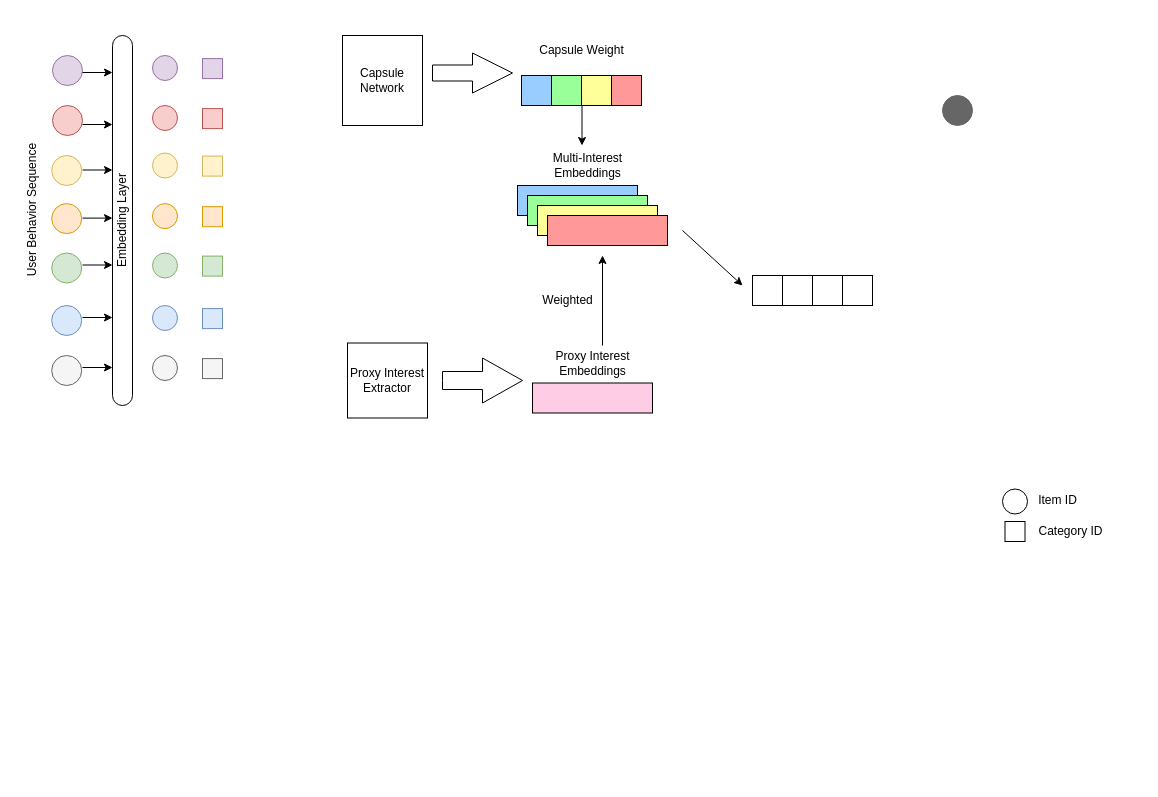
Alex-Wang3/draw.io-file keeps this draw.io diagram as 模型结构图.drawio. Above is the earlier version. Source tidied: cells renumbered, new cells numbered last; positions are measured from the earlier drawing's top-left corner, leaving out a move shared by most shapes. Both pictures are drawn from the tidied source at 100%, with x=0, y=0 at pixel (-63, 30).
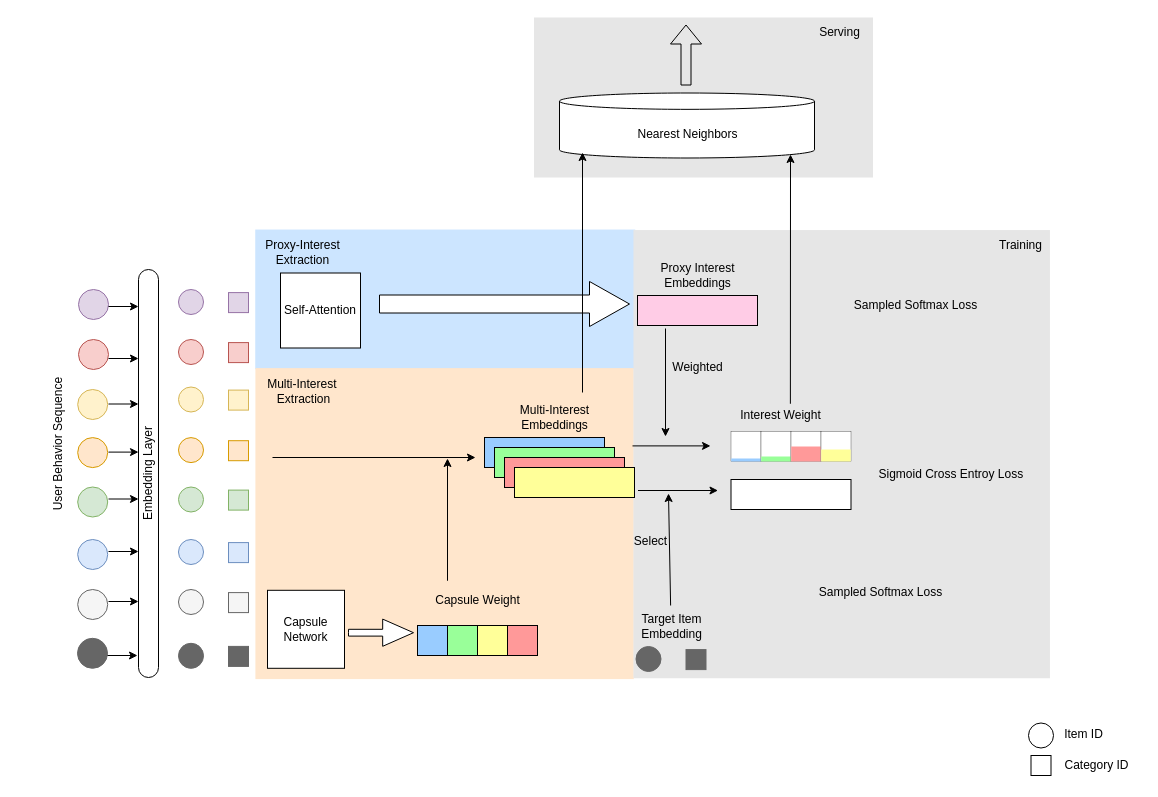
The same diagram, later.

Commit message:
更新模型结构图.drawio

Diff of the diagram source:
```diff
@@
+    <mxCell id="69" style="rounded=0;whiteSpace=wrap;html=1;rotation=90;fillColor=#CCE5FF;strokeColor=none;" parent="1" vertex="1">
+      <mxGeometry x="437.9" y="78.9" width="139.7" height="380" as="geometry" />
+    </mxCell>
+    <mxCell id="70" style="rounded=0;whiteSpace=wrap;html=1;rotation=90;fillColor=#FFE6CC;strokeColor=none;" parent="1" vertex="1">
+      <mxGeometry x="351.6" y="303.9" width="311" height="378.4" as="geometry" />
+    </mxCell>
+    <mxCell id="71" style="rounded=0;whiteSpace=wrap;html=1;rotation=90;fillColor=#E6E6E6;strokeColor=none;" parent="1" vertex="1">
+      <mxGeometry x="686" y="-102.5" width="160" height="339" as="geometry" />
+    </mxCell>
+    <mxCell id="72" style="rounded=0;whiteSpace=wrap;html=1;rotation=90;fillColor=#E6E6E6;strokeColor=none;" parent="1" vertex="1">
+      <mxGeometry x="680.1" y="215.4" width="448.2" height="416.5" as="geometry" />
+    </mxCell>
     <mxCell id="2" style="ellipse;whiteSpace=wrap;html=1;fillColor=#666666;strokeColor=#666666;fontColor=#333333;" parent="1" vertex="1">
-      <mxGeometry x="1005" y="65" width="30" height="30" as="geometry" />
+      <mxGeometry x="140" y="607.8" width="30" height="30" as="geometry" />
     </mxCell>
     <mxCell id="3" value="Capsule Network" style="whiteSpace=wrap;html=1;" parent="1" vertex="1">
-      <mxGeometry x="405" y="5" width="80" height="90" as="geometry" />
+      <mxGeometry x="330" y="559.8" width="77" height="78" as="geometry" />
     </mxCell>
-    <mxCell id="4" value="Proxy Interest Extractor" style="whiteSpace=wrap;html=1;" parent="1" vertex="1">
-      <mxGeometry x="410" y="312.5" width="80" height="75" as="geometry" />
+    <mxCell id="4" value="Self-Attention" style="whiteSpace=wrap;html=1;" parent="1" vertex="1">
+      <mxGeometry x="343" y="242.5" width="80" height="75" as="geometry" />
     </mxCell>
-    <mxCell id="5" style="html=1;shadow=0;dashed=0;align=center;verticalAlign=middle;shape=mxgraph.arrows2.arrow;dy=0.6;dx=40;notch=0;" parent="1" vertex="1">
-      <mxGeometry x="495" y="22.5" width="80" height="40" as="geometry" />
+    <mxCell id="5" style="html=1;shadow=0;dashed=0;align=center;verticalAlign=middle;shape=mxgraph.arrows2.arrow;dy=0.75;dx=30.82;notch=0;" parent="1" vertex="1">
+      <mxGeometry x="411" y="588.6" width="65" height="27.2" as="geometry" />
     </mxCell>
     <mxCell id="6" style="html=1;shadow=0;dashed=0;align=center;verticalAlign=middle;shape=mxgraph.arrows2.arrow;dy=0.6;dx=40;notch=0;" parent="1" vertex="1">
-      <mxGeometry x="505" y="327.5" width="80" height="45" as="geometry" />
+      <mxGeometry x="442" y="251" width="250" height="45" as="geometry" />
     </mxCell>
     <mxCell id="7" style="group;" parent="1" vertex="1">
-      <mxGeometry x="80" y="2.5" width="72.2" height="371.2" as="geometry" />
+      <mxGeometry x="106" y="236.5" width="72.2" height="371.2" as="geometry" />
     </mxCell>
@@
-    <mxCell id="17" style="group;" parent="1" vertex="1">
-      <mxGeometry x="575" width="140" height="100" as="geometry" />
-    </mxCell>
-    <mxCell id="18" value="Capsule Weight" style="text;html=1;align=center;verticalAlign=middle;strokeColor=none;fillColor=none;" parent="17" vertex="1">
-      <mxGeometry x="14" y="5" width="110" height="30" as="geometry" />
-    </mxCell>
-    <mxCell id="19" style="group;" parent="17" vertex="1">
-      <mxGeometry x="9" y="45" width="120" height="30" as="geometry" />
-    </mxCell>
-    <mxCell id="20" style="whiteSpace=wrap;html=1;fillColor=#99CCFF;" parent="19" vertex="1">
-      <mxGeometry width="30" height="30" as="geometry" />
-    </mxCell>
-    <mxCell id="21" style="whiteSpace=wrap;html=1;fillColor=#99FF99;" parent="19" vertex="1">
-      <mxGeometry x="30" width="30" height="30" as="geometry" />
-    </mxCell>
-    <mxCell id="22" style="whiteSpace=wrap;html=1;fillColor=#FFFF99;" parent="19" vertex="1">
-      <mxGeometry x="60" width="30" height="30" as="geometry" />
-    </mxCell>
-    <mxCell id="23" style="whiteSpace=wrap;html=1;fillColor=#FF9999;" parent="19" vertex="1">
-      <mxGeometry x="90" width="30" height="30" as="geometry" />
-    </mxCell>
-    <mxCell id="24" style="endArrow=classic;html=1;rounded=0;" parent="17" edge="1">
-      <mxGeometry relative="1" as="geometry">
-        <mxPoint x="69.5" y="75" as="sourcePoint" />
-        <mxPoint x="69.5" y="115" as="targetPoint" />
-        <Array as="points">
-          <mxPoint x="69.5" y="105" />
-        </Array>
-      </mxGeometry>
-    </mxCell>
     <mxCell id="25" style="group;" parent="1" vertex="1">
-      <mxGeometry x="595" y="312.5" width="120" height="70" as="geometry" />
+      <mxGeometry x="700" y="225" width="120" height="70" as="geometry" />
     </mxCell>
@@
-    <mxCell id="28" style="endArrow=classic;html=1;rounded=0;" parent="1" edge="1">
-      <mxGeometry relative="1" as="geometry">
-        <mxPoint x="665" y="315" as="sourcePoint" />
-        <mxPoint x="665" y="225" as="targetPoint" />
-      </mxGeometry>
-    </mxCell>
-    <mxCell id="29" value="Weighted" style="text;html=1;align=center;verticalAlign=middle;strokeColor=none;fillColor=none;" parent="1" vertex="1">
-      <mxGeometry x="595" y="255" width="70" height="30" as="geometry" />
-    </mxCell>
     <mxCell id="30" style="group;" parent="1" vertex="1">
-      <mxGeometry x="580" y="115" width="150" height="100" as="geometry" />
+      <mxGeometry x="547" y="367" width="154.2" height="333" as="geometry" />
     </mxCell>
@@
-    <mxCell id="34" style="rounded=0;whiteSpace=wrap;html=1;fillColor=#FFFF99;fontColor=#ffffff;strokeColor=default;direction=west;flipH=0;flipV=1;" parent="30" vertex="1">
+    <mxCell id="34" style="rounded=0;whiteSpace=wrap;html=1;fillColor=#FF9999;strokeColor=default;direction=west;flipH=0;flipV=1;" parent="30" vertex="1">
       <mxGeometry x="20" y="60" width="120" height="30" as="geometry" />
     </mxCell>
-    <mxCell id="35" style="rounded=0;whiteSpace=wrap;html=1;fillColor=#FF9999;fontColor=#ffffff;strokeColor=default;direction=west;flipH=0;flipV=1;" parent="30" vertex="1">
+    <mxCell id="35" style="rounded=0;whiteSpace=wrap;html=1;fillColor=#FFFF99;strokeColor=default;direction=west;flipH=0;flipV=1;" parent="30" vertex="1">
       <mxGeometry x="30" y="70" width="120" height="30" as="geometry" />
     </mxCell>
     <mxCell id="36" style="ellipse;whiteSpace=wrap;html=1;" parent="1" vertex="1">
-      <mxGeometry x="1065" y="458.5" width="25" height="25" as="geometry" />
+      <mxGeometry x="1091" y="692.5" width="25" height="25" as="geometry" />
     </mxCell>
     <mxCell id="37" style="whiteSpace=wrap;html=1;" parent="1" vertex="1">
-      <mxGeometry x="1067.5" y="491" width="20" height="20" as="geometry" />
+      <mxGeometry x="1093.5" y="725" width="20" height="20" as="geometry" />
     </mxCell>
     <mxCell id="38" value="Item ID" style="text;html=1;align=center;verticalAlign=middle;strokeColor=none;fillColor=none;" parent="1" vertex="1">
-      <mxGeometry x="1090" y="455" width="60" height="30" as="geometry" />
+      <mxGeometry x="1116" y="689" width="60" height="30" as="geometry" />
     </mxCell>
     <mxCell id="39" value="Category ID" style="text;html=1;align=center;verticalAlign=middle;strokeColor=none;fillColor=none;" parent="1" vertex="1">
-      <mxGeometry x="1087.5" y="486" width="90" height="30" as="geometry" />
+      <mxGeometry x="1113.5" y="720" width="90" height="30" as="geometry" />
     </mxCell>
     <mxCell id="40" value="Embedding Layer" style="rounded=1;whiteSpace=wrap;html=1;arcSize=50;direction=west;rotation=-90;" parent="1" vertex="1">
-      <mxGeometry y="180" width="370" height="20" as="geometry" />
+      <mxGeometry x="7" y="433" width="408" height="20" as="geometry" />
     </mxCell>
     <mxCell id="41" style="endArrow=classic;html=1;rounded=0;" parent="1" edge="1">
       <mxGeometry relative="1" as="geometry">
-        <mxPoint x="145" y="42" as="sourcePoint" />
-        <mxPoint x="175" y="42" as="targetPoint" />
+        <mxPoint x="171" y="276" as="sourcePoint" />
+        <mxPoint x="201" y="276" as="targetPoint" />
       </mxGeometry>
     </mxCell>
     <mxCell id="42" style="endArrow=classic;html=1;rounded=0;" parent="1" edge="1">
       <mxGeometry relative="1" as="geometry">
-        <mxPoint x="145" y="94" as="sourcePoint" />
-        <mxPoint x="175" y="94" as="targetPoint" />
+        <mxPoint x="171" y="328" as="sourcePoint" />
+        <mxPoint x="201" y="328" as="targetPoint" />
       </mxGeometry>
     </mxCell>
     <mxCell id="43" style="endArrow=classic;html=1;rounded=0;" parent="1" edge="1">
       <mxGeometry relative="1" as="geometry">
-        <mxPoint x="145" y="187.6" as="sourcePoint" />
-        <mxPoint x="175" y="187.6" as="targetPoint" />
+        <mxPoint x="171" y="421.6" as="sourcePoint" />
+        <mxPoint x="201" y="421.6" as="targetPoint" />
       </mxGeometry>
     </mxCell>
     <mxCell id="44" style="endArrow=classic;html=1;rounded=0;" parent="1" edge="1">
       <mxGeometry relative="1" as="geometry">
-        <mxPoint x="145" y="234.5" as="sourcePoint" />
-        <mxPoint x="175" y="234.5" as="targetPoint" />
+        <mxPoint x="171" y="468.5" as="sourcePoint" />
+        <mxPoint x="201" y="468.5" as="targetPoint" />
       </mxGeometry>
     </mxCell>
     <mxCell id="45" style="endArrow=classic;html=1;rounded=0;" parent="1" edge="1">
       <mxGeometry relative="1" as="geometry">
-        <mxPoint x="145" y="287" as="sourcePoint" />
-        <mxPoint x="175" y="287" as="targetPoint" />
+        <mxPoint x="171" y="521" as="sourcePoint" />
+        <mxPoint x="201" y="521" as="targetPoint" />
       </mxGeometry>
     </mxCell>
     <mxCell id="46" style="endArrow=classic;html=1;rounded=0;" parent="1" edge="1">
       <mxGeometry relative="1" as="geometry">
-        <mxPoint x="145" y="337" as="sourcePoint" />
-        <mxPoint x="175" y="337" as="targetPoint" />
+        <mxPoint x="171" y="571" as="sourcePoint" />
+        <mxPoint x="201" y="571" as="targetPoint" />
       </mxGeometry>
     </mxCell>
     <mxCell id="47" style="group;" parent="1" vertex="1">
-      <mxGeometry x="265" y="28.1" width="20" height="320" as="geometry" />
+      <mxGeometry x="291" y="262.1" width="20" height="320" as="geometry" />
     </mxCell>
@@
     <mxCell id="55" style="group;" parent="1" vertex="1">
-      <mxGeometry x="215" y="25" width="25" height="325" as="geometry" />
+      <mxGeometry x="241" y="259" width="25" height="325" as="geometry" />
     </mxCell>
@@
     <mxCell id="63" style="endArrow=classic;html=1;rounded=0;" parent="1" edge="1">
       <mxGeometry relative="1" as="geometry">
-        <mxPoint x="745" y="200" as="sourcePoint" />
-        <mxPoint x="805" y="255" as="targetPoint" />
+        <mxPoint x="695" y="415.4" as="sourcePoint" />
+        <mxPoint x="773" y="415.4" as="targetPoint" />
       </mxGeometry>
     </mxCell>
-    <mxCell id="64" style="group;" parent="1" vertex="1">
-      <mxGeometry x="815" y="245" width="120" height="30" as="geometry" />
-    </mxCell>
-    <mxCell id="65" style="whiteSpace=wrap;html=1;fillColor=none;" parent="64" vertex="1">
-      <mxGeometry width="30" height="30" as="geometry" />
-    </mxCell>
-    <mxCell id="66" style="whiteSpace=wrap;html=1;fillColor=none;" parent="64" vertex="1">
-      <mxGeometry x="30" width="30" height="30" as="geometry" />
-    </mxCell>
-    <mxCell id="67" style="whiteSpace=wrap;html=1;fillColor=none;" parent="64" vertex="1">
-      <mxGeometry x="60" width="30" height="30" as="geometry" />
-    </mxCell>
-    <mxCell id="68" style="whiteSpace=wrap;html=1;fillColor=none;" parent="64" vertex="1">
-      <mxGeometry x="90" width="30" height="30" as="geometry" />
-    </mxCell>
+    <mxCell id="73" style="endArrow=classic;html=1;rounded=0;" parent="1" edge="1">
+      <mxGeometry relative="1" as="geometry">
+        <mxPoint x="700.5" y="460" as="sourcePoint" />
+        <mxPoint x="780.5" y="460" as="targetPoint" />
+      </mxGeometry>
+    </mxCell>
+    <mxCell id="74" style="rounded=0;whiteSpace=wrap;html=1;" parent="1" vertex="1">
+      <mxGeometry x="793.5" y="449" width="120" height="30" as="geometry" />
+    </mxCell>
+    <mxCell id="75" style="endArrow=classic;html=1;rounded=0;" parent="1" edge="1" source="91">
+      <mxGeometry relative="1" as="geometry">
+        <mxPoint x="731" y="463" as="targetPoint" />
+      </mxGeometry>
+    </mxCell>
+    <mxCell id="76" value="Select" style="text;html=1;align=center;verticalAlign=middle;strokeColor=none;fillColor=none;" parent="1" vertex="1">
+      <mxGeometry x="683" y="496" width="60" height="30" as="geometry" />
+    </mxCell>
+    <mxCell id="77" style="group;" parent="1" vertex="1">
+      <mxGeometry x="793.5" y="371" width="120" height="60" as="geometry" />
+    </mxCell>
+    <mxCell id="78" style="group;" parent="77" vertex="1">
+      <mxGeometry y="30" width="120" height="30" as="geometry" />
+    </mxCell>
+    <mxCell id="79" style="group;" parent="78" vertex="1">
+      <mxGeometry width="30" height="30" as="geometry" />
+    </mxCell>
+    <mxCell id="80" style="rounded=0;whiteSpace=wrap;html=1;strokeWidth=0.3;strokeColor=default;" parent="79" vertex="1">
+      <mxGeometry width="30" height="30" as="geometry" />
+    </mxCell>
+    <mxCell id="81" style="whiteSpace=wrap;html=1;fillColor=#99CCFF;strokeColor=none;strokeWidth=0.5;" parent="79" vertex="1">
+      <mxGeometry x="0.2" y="27" width="29.5" height="3" as="geometry" />
+    </mxCell>
+    <mxCell id="82" style="group;" parent="78" vertex="1">
+      <mxGeometry x="30" width="30" height="30" as="geometry" />
+    </mxCell>
+    <mxCell id="83" style="rounded=0;whiteSpace=wrap;html=1;strokeWidth=0.3;strokeColor=default;" parent="82" vertex="1">
+      <mxGeometry width="30" height="30" as="geometry" />
+    </mxCell>
+    <mxCell id="84" style="whiteSpace=wrap;html=1;fillColor=#99FF99;strokeColor=none;strokeWidth=0.5;" parent="82" vertex="1">
+      <mxGeometry x="0.2" y="25" width="29.5" height="5" as="geometry" />
+    </mxCell>
+    <mxCell id="85" style="group;" parent="78" vertex="1">
+      <mxGeometry x="60" width="30" height="30" as="geometry" />
+    </mxCell>
+    <mxCell id="86" style="rounded=0;whiteSpace=wrap;html=1;strokeWidth=0.3;strokeColor=default;" parent="85" vertex="1">
+      <mxGeometry width="30" height="30" as="geometry" />
+    </mxCell>
+    <mxCell id="87" style="whiteSpace=wrap;html=1;fillColor=#FF9999;strokeColor=none;strokeWidth=0.5;" parent="85" vertex="1">
+      <mxGeometry x="0.2" y="15" width="29.5" height="15" as="geometry" />
+    </mxCell>
+    <mxCell id="88" style="group;" parent="78" vertex="1">
+      <mxGeometry x="90" width="30" height="30" as="geometry" />
+    </mxCell>
+    <mxCell id="89" style="rounded=0;whiteSpace=wrap;html=1;strokeWidth=0.3;strokeColor=default;" parent="88" vertex="1">
+      <mxGeometry width="30" height="30" as="geometry" />
+    </mxCell>
+    <mxCell id="90" style="whiteSpace=wrap;html=1;fillColor=#FFFF99;strokeColor=none;strokeWidth=0.5;" parent="88" vertex="1">
+      <mxGeometry x="0.2" y="18" width="29.5" height="12" as="geometry" />
+    </mxCell>
+    <mxCell id="91" value="Target Item&lt;div&gt;Embedding&lt;/div&gt;" style="text;html=1;align=center;verticalAlign=middle;points=[];strokeColor=none;fillColor=none;" parent="1" vertex="1">
+      <mxGeometry x="694" y="575" width="79" height="41" as="geometry" />
+    </mxCell>
+    <mxCell id="92" value="Training" style="text;html=1;align=center;verticalAlign=middle;strokeColor=none;fillColor=none;" parent="1" vertex="1">
+      <mxGeometry x="1052.5" y="202" width="61" height="26" as="geometry" />
+    </mxCell>
+    <mxCell id="93" value="Sampled Softmax Loss" style="text;html=1;align=center;verticalAlign=middle;strokeColor=none;fillColor=none;" parent="1" vertex="1">
+      <mxGeometry x="872" y="549" width="141" height="26" as="geometry" />
+    </mxCell>
+    <mxCell id="94" style="endArrow=classic;html=1;rounded=0;" parent="1" edge="1">
+      <mxGeometry relative="1" as="geometry">
+        <mxPoint x="170" y="625" as="sourcePoint" />
+        <mxPoint x="200" y="625" as="targetPoint" />
+      </mxGeometry>
+    </mxCell>
+    <mxCell id="95" style="whiteSpace=wrap;html=1;fillColor=#666666;strokeColor=#666666;fontColor=#333333;" parent="1" vertex="1">
+      <mxGeometry x="291" y="615.9" width="20" height="20" as="geometry" />
+    </mxCell>
+    <mxCell id="96" style="ellipse;whiteSpace=wrap;html=1;fillColor=#666666;strokeColor=#666666;fontColor=#333333;" parent="1" vertex="1">
+      <mxGeometry x="241" y="612.8" width="25" height="25" as="geometry" />
+    </mxCell>
+    <mxCell id="97" style="endArrow=classic;html=1;rounded=0;" parent="1" edge="1">
+      <mxGeometry relative="1" as="geometry">
+        <mxPoint x="335" y="427" as="sourcePoint" />
+        <mxPoint x="538" y="427" as="targetPoint" />
+      </mxGeometry>
+    </mxCell>
+    <mxCell id="24" style="endArrow=classic;html=1;rounded=0;" parent="1" edge="1">
+      <mxGeometry relative="1" as="geometry">
+        <mxPoint x="510" y="520" as="sourcePoint" />
+        <mxPoint x="510" y="428" as="targetPoint" />
+        <Array as="points">
+          <mxPoint x="510" y="550" />
+        </Array>
+      </mxGeometry>
+    </mxCell>
+    <mxCell id="98" value="Interest Weight" style="text;html=1;align=center;verticalAlign=middle;points=[];strokeColor=none;fillColor=none;" parent="1" vertex="1">
+      <mxGeometry x="793.5" y="372.4" width="98" height="26" as="geometry" />
+    </mxCell>
+    <mxCell id="18" value="Capsule Weight" style="text;html=1;align=center;verticalAlign=middle;strokeColor=none;fillColor=none;" parent="1" vertex="1">
+      <mxGeometry x="485" y="555" width="110" height="30" as="geometry" />
+    </mxCell>
+    <mxCell id="19" style="group;" parent="1" vertex="1">
+      <mxGeometry x="480" y="595" width="120" height="30" as="geometry" />
+    </mxCell>
+    <mxCell id="20" style="whiteSpace=wrap;html=1;fillColor=#99CCFF;" parent="19" vertex="1">
+      <mxGeometry width="30" height="30" as="geometry" />
+    </mxCell>
+    <mxCell id="21" style="whiteSpace=wrap;html=1;fillColor=#99FF99;" parent="19" vertex="1">
+      <mxGeometry x="30" width="30" height="30" as="geometry" />
+    </mxCell>
+    <mxCell id="22" style="whiteSpace=wrap;html=1;fillColor=#FFFF99;" parent="19" vertex="1">
+      <mxGeometry x="60" width="30" height="30" as="geometry" />
+    </mxCell>
+    <mxCell id="23" style="whiteSpace=wrap;html=1;fillColor=#FF9999;" parent="19" vertex="1">
+      <mxGeometry x="90" width="30" height="30" as="geometry" />
+    </mxCell>
+    <mxCell id="28" style="endArrow=classic;html=1;rounded=0;" parent="1" edge="1">
+      <mxGeometry relative="1" as="geometry">
+        <mxPoint x="728" y="298" as="sourcePoint" />
+        <mxPoint x="728" y="406" as="targetPoint" />
+      </mxGeometry>
+    </mxCell>
+    <mxCell id="29" value="Weighted" style="text;html=1;align=center;verticalAlign=middle;strokeColor=none;fillColor=none;" parent="1" vertex="1">
+      <mxGeometry x="724.5" y="322" width="70" height="30" as="geometry" />
+    </mxCell>
+    <mxCell id="99" style="whiteSpace=wrap;html=1;fillColor=#666666;strokeColor=#666666;fontColor=#333333;" parent="1" vertex="1">
+      <mxGeometry x="748.5" y="619.1" width="20" height="20" as="geometry" />
+    </mxCell>
+    <mxCell id="100" style="ellipse;whiteSpace=wrap;html=1;fillColor=#666666;strokeColor=#666666;fontColor=#333333;" parent="1" vertex="1">
+      <mxGeometry x="698.5" y="616" width="25" height="25" as="geometry" />
+    </mxCell>
+    <mxCell id="101" value="Sigmoid Cross Entroy Loss&amp;nbsp;" style="text;html=1;align=center;verticalAlign=middle;strokeColor=none;fillColor=none;" parent="1" vertex="1">
+      <mxGeometry x="932" y="431" width="166" height="26" as="geometry" />
+    </mxCell>
+    <mxCell id="102" style="group;" parent="1" vertex="1">
+      <mxGeometry x="843" y="81.5" width="138" height="258.5" as="geometry" />
+    </mxCell>
+    <mxCell id="103" style="group;" parent="102" vertex="1">
+      <mxGeometry x="-221" y="-19" width="255" height="65" as="geometry" />
+    </mxCell>
+    <mxCell id="104" style="shape=cylinder3;whiteSpace=wrap;html=1;boundedLbl=1;backgroundOutline=1;size=8.176470588235276;" parent="103" vertex="1">
+      <mxGeometry width="255" height="65" as="geometry" />
+    </mxCell>
+    <mxCell id="105" value="Nearest N&lt;span style=&quot;background-color: initial;&quot;&gt;eighbors&lt;/span&gt;" style="text;html=1;align=center;verticalAlign=middle;strokeColor=none;fillColor=none;" parent="103" vertex="1">
+      <mxGeometry x="69" y="28.5" width="118" height="26" as="geometry" />
+    </mxCell>
+    <mxCell id="106" value="Serving" style="text;html=1;align=center;verticalAlign=middle;strokeColor=none;fillColor=none;" parent="1" vertex="1">
+      <mxGeometry x="872" y="-11" width="59" height="26" as="geometry" />
+    </mxCell>
+    <mxCell id="107" style="endArrow=classic;html=1;rounded=0;exitX=0.606;exitY=0.033;exitDx=0;exitDy=0;exitPerimeter=0;" parent="1" edge="1" source="98">
+      <mxGeometry relative="1" as="geometry">
+        <mxPoint x="853" y="124" as="targetPoint" />
+      </mxGeometry>
+    </mxCell>
+    <mxCell id="108" style="endArrow=classic;html=1;rounded=0;" parent="1" edge="1">
+      <mxGeometry relative="1" as="geometry">
+        <mxPoint x="645" y="362" as="sourcePoint" />
+        <mxPoint x="645" y="122" as="targetPoint" />
+      </mxGeometry>
+    </mxCell>
+    <mxCell id="109" style="shape=flexArrow;endArrow=classic;html=1;rounded=0;" parent="1" edge="1">
+      <mxGeometry relative="1" as="geometry">
+        <mxPoint x="748.5" y="55" as="sourcePoint" />
+        <mxPoint x="748.5" y="-6" as="targetPoint" />
+      </mxGeometry>
+    </mxCell>
+    <mxCell id="110" value="Sampled Softmax Loss" style="text;html=1;align=center;verticalAlign=middle;strokeColor=none;fillColor=none;" parent="1" vertex="1">
+      <mxGeometry x="907" y="262.1" width="141" height="26" as="geometry" />
+    </mxCell>
+    <mxCell id="111" value="Multi-Interest&amp;nbsp;&lt;div&gt;Extraction&lt;/div&gt;" style="text;html=1;align=center;verticalAlign=middle;strokeColor=none;fillColor=none;" parent="1" vertex="1">
+      <mxGeometry x="320" y="340" width="91" height="41" as="geometry" />
+    </mxCell>
+    <mxCell id="112" value="Proxy-Interest&lt;div&gt;Extraction&lt;/div&gt;" style="text;html=1;align=center;verticalAlign=middle;strokeColor=none;fillColor=none;" parent="1" vertex="1">
+      <mxGeometry x="318" y="201.5" width="93" height="41" as="geometry" />
+    </mxCell>
```
